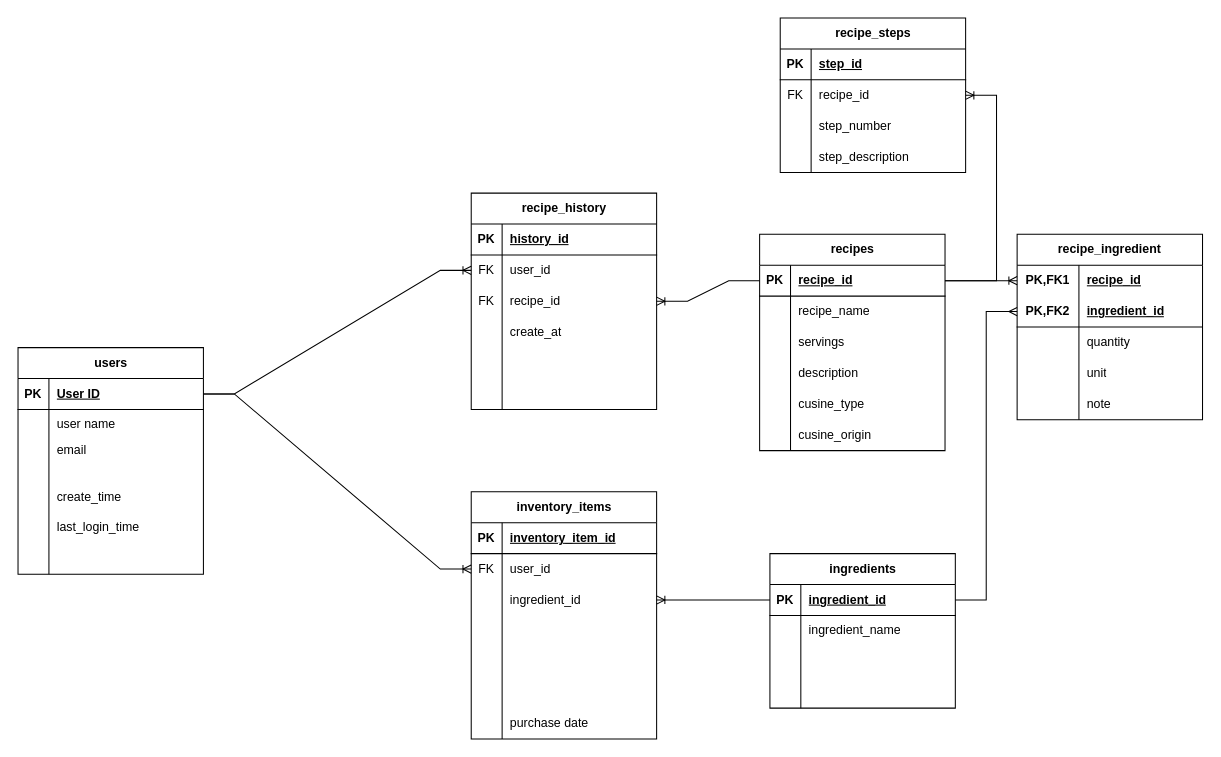
This is DB_Schema.drawio from SE-starshippilot/SnackStack, a draw.io file, before an edit. Source tidied: cells renumbered, new cells numbered last; positions are measured from the earlier drawing's top-left corner, leaving out a move shared by most shapes. Both pictures are drawn from the tidied source at 103%, with x=0, y=0 at pixel (18, 18).
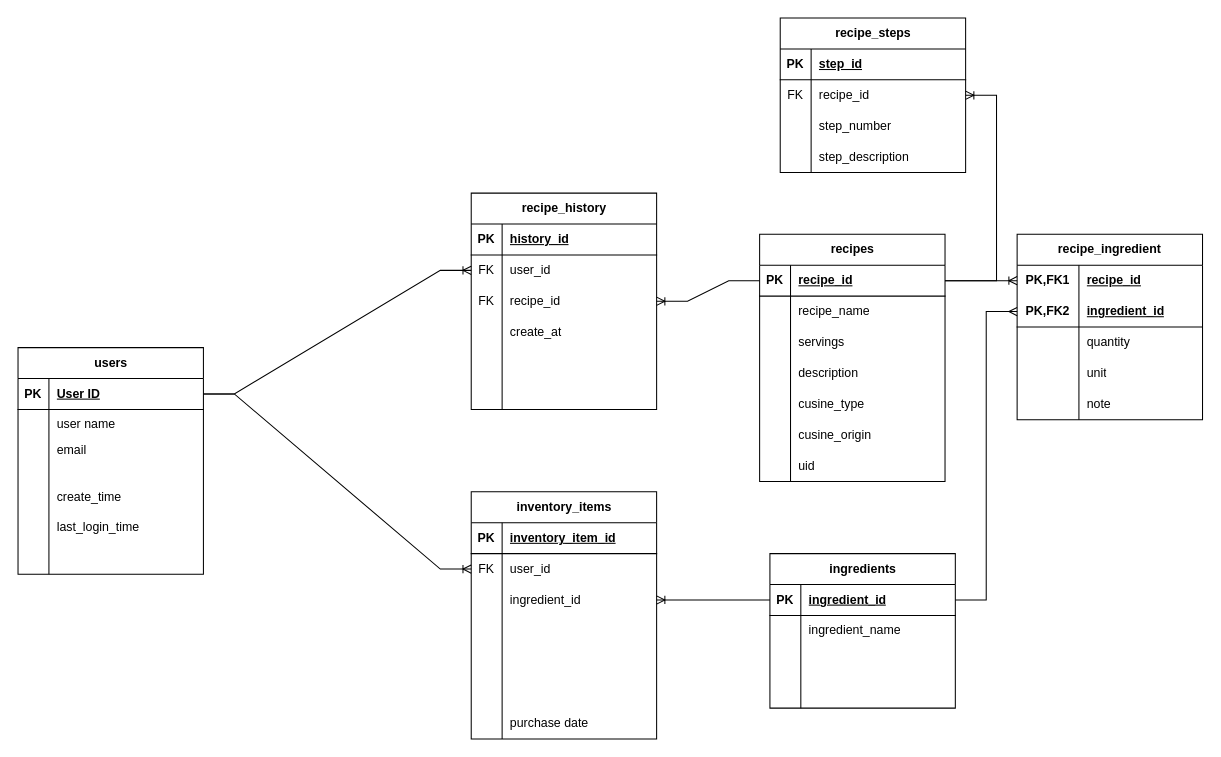
Above is the later version.

The edit, as a diff of the source:
```diff
@@
     <mxCell id="67" value="recipes" style="shape=table;startSize=30;childLayout=tableLayout;rowLines=0;fontStyle=1;align=center;html=1;" parent="1" vertex="1">
-      <mxGeometry x="720" y="210" width="180" height="210" as="geometry" />
+      <mxGeometry x="720" y="210" width="180" height="240" as="geometry" />
     </mxCell>
@@
+    <mxCell id="133" style="shape=tableRow;horizontal=0;startSize=0;swimlaneHead=0;swimlaneBody=0;fillColor=none;top=0;left=0;right=0;bottom=0;" parent="67" vertex="1">
+      <mxGeometry y="210" width="180" height="30" as="geometry" />
+    </mxCell>
+    <mxCell id="134" style="shape=partialRectangle;fillColor=none;top=0;left=0;bottom=0;right=0;overflow=hidden;whiteSpace=wrap;html=1;" parent="133" vertex="1">
+      <mxGeometry width="30" height="30" as="geometry" />
+    </mxCell>
+    <mxCell id="135" value="uid" style="shape=partialRectangle;fillColor=none;top=0;left=0;bottom=0;right=0;align=left;spacingLeft=6;overflow=hidden;whiteSpace=wrap;html=1;" parent="133" vertex="1">
+      <mxGeometry x="30" width="150" height="30" as="geometry" />
+    </mxCell>
```
